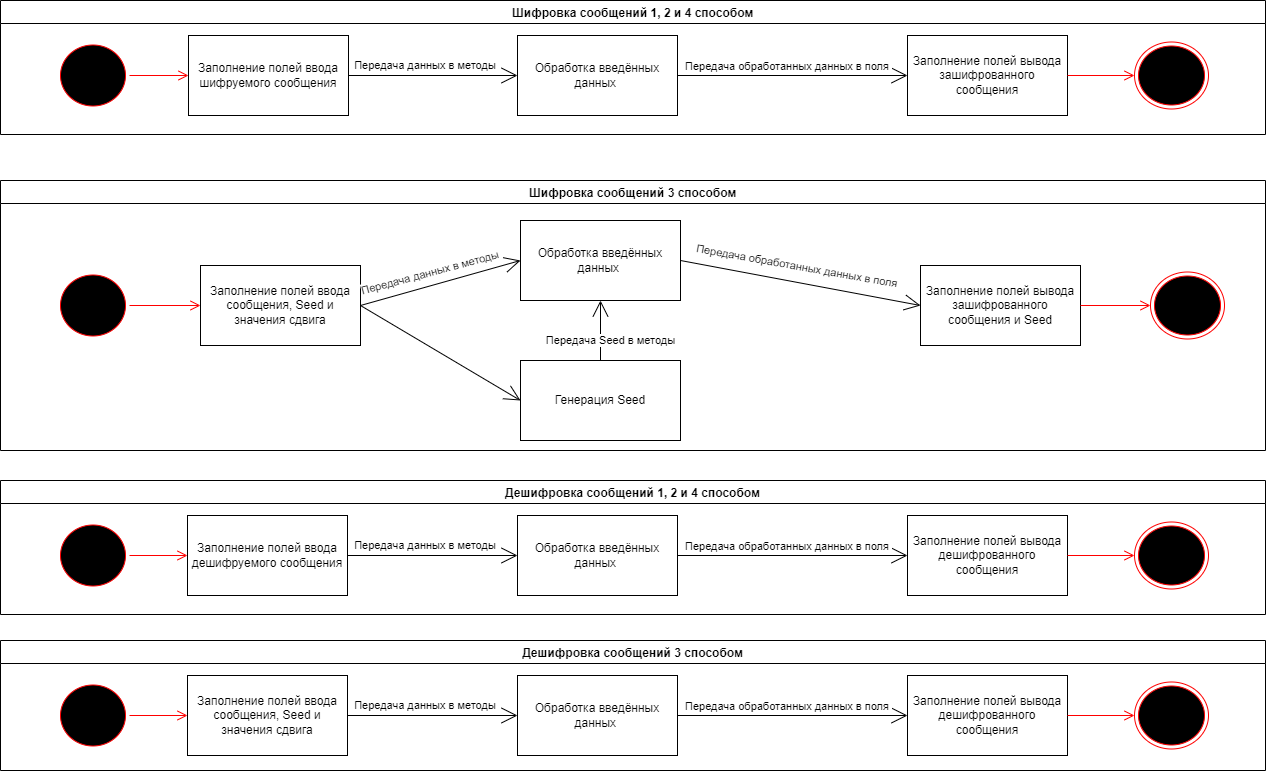
BlackF1re/Encryptor-with-GUI keeps this draw.io diagram as Docs/UML/Statechart.png. Above is the earlier version. Source tidied: cells renumbered, new cells last; positions are measured from the earlier drawing's top-left corner, leaving out a move shared by most shapes.
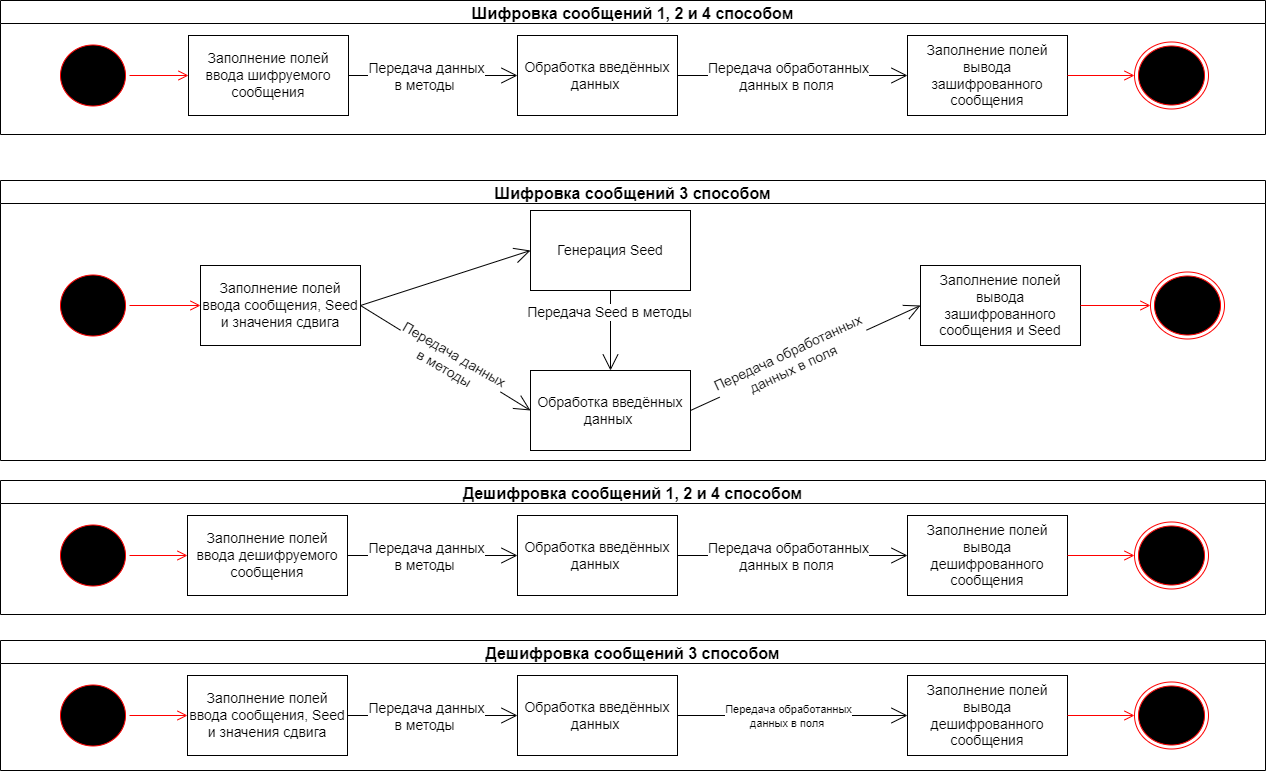
After the commit.

Diff of the diagram source:
```diff
@@ -4,3 +4,3 @@
     <mxCell id="1" parent="0" />
-    <mxCell id="2" value="Шифровка сообщений 1, 2 и 4 способом" style="swimlane;" parent="1" vertex="1">
+    <mxCell id="2" value="Шифровка сообщений 1, 2 и 4 способом" style="swimlane;fontSize=16;" parent="1" vertex="1">
       <mxGeometry width="1265" height="134" as="geometry" />
@@ -13,3 +13,3 @@
     </mxCell>
-    <mxCell id="5" value="Заполнение полей ввода шифруемого сообщения" style="rounded=0;whiteSpace=wrap;html=1;hachureGap=4;rotation=0;" parent="2" vertex="1">
+    <mxCell id="5" value="&lt;font style=&quot;vertical-align: inherit; font-size: 14px;&quot;&gt;Заполнение полей ввода шифруемого сообщения&lt;/font&gt;" style="rounded=0;whiteSpace=wrap;html=1;hachureGap=4;rotation=0;" parent="2" vertex="1">
       <mxGeometry x="188" y="35" width="160" height="80" as="geometry" />
@@ -19,3 +19,3 @@
     </mxCell>
-    <mxCell id="7" value="Заполнение полей вывода зашифрованного сообщения" style="rounded=0;whiteSpace=wrap;html=1;hachureGap=4;rotation=0;" parent="2" vertex="1">
+    <mxCell id="7" value="&lt;font style=&quot;vertical-align: inherit; font-size: 14px;&quot;&gt;Заполнение полей вывода зашифрованного сообщения&lt;/font&gt;" style="rounded=0;whiteSpace=wrap;html=1;hachureGap=4;rotation=0;" parent="2" vertex="1">
       <mxGeometry x="907" y="35" width="160" height="80" as="geometry" />
@@ -25,3 +25,3 @@
     </mxCell>
-    <mxCell id="9" value="Обработка введённых данных&amp;nbsp;" style="rounded=0;whiteSpace=wrap;html=1;hachureGap=4;rotation=0;" parent="2" vertex="1">
+    <mxCell id="9" value="&lt;font style=&quot;vertical-align: inherit; font-size: 14px;&quot;&gt;Обработка введённых данных&amp;nbsp;&lt;/font&gt;" style="rounded=0;whiteSpace=wrap;html=1;hachureGap=4;rotation=0;" parent="2" vertex="1">
       <mxGeometry x="517" y="35" width="160" height="80" as="geometry" />
@@ -31,5 +31,5 @@
     </mxCell>
-    <mxCell id="11" value="Передача данных в методы&amp;nbsp;" style="edgeLabel;html=1;align=center;verticalAlign=middle;" parent="10" vertex="1">
+    <mxCell id="11" value="&lt;font style=&quot;vertical-align: inherit; font-size: 14px;&quot;&gt;&lt;font style=&quot;vertical-align: inherit; font-size: 14px;&quot;&gt;Передача данных&lt;br&gt;в методы&amp;nbsp;&lt;/font&gt;&lt;/font&gt;" style="edgeLabel;html=1;align=center;verticalAlign=middle;" parent="10" vertex="1">
       <mxGeometry x="0.53" y="8" relative="1" as="geometry">
-        <mxPoint x="-52" y="-3" as="offset" />
+        <mxPoint x="-52" y="8" as="offset" />
       </mxGeometry>
@@ -39,9 +39,9 @@
     </mxCell>
-    <mxCell id="13" value="Передача обработанных данных в поля&amp;nbsp;" style="edgeLabel;html=1;align=center;verticalAlign=middle;" parent="12" vertex="1">
+    <mxCell id="13" value="&lt;font style=&quot;vertical-align: inherit; font-size: 14px;&quot;&gt;Передача обработанных&lt;br&gt;данных в поля&amp;nbsp;&lt;/font&gt;" style="edgeLabel;html=1;align=center;verticalAlign=middle;" parent="12" vertex="1">
       <mxGeometry x="0.38" y="5" relative="1" as="geometry">
-        <mxPoint x="-48" y="-5" as="offset" />
+        <mxPoint x="-48" y="5" as="offset" />
       </mxGeometry>
     </mxCell>
-    <mxCell id="14" value="Шифровка сообщений 3 способом" style="swimlane;" parent="1" vertex="1">
-      <mxGeometry y="180" width="1265" height="270" as="geometry" />
+    <mxCell id="14" value="Шифровка сообщений 3 способом" style="swimlane;fontSize=16;" parent="1" vertex="1">
+      <mxGeometry y="180" width="1265" height="280" as="geometry" />
     </mxCell>
@@ -53,3 +53,3 @@
     </mxCell>
-    <mxCell id="17" value="Заполнение полей ввода сообщения, Seed и значения сдвига" style="rounded=0;whiteSpace=wrap;html=1;hachureGap=4;rotation=0;" parent="14" vertex="1">
+    <mxCell id="17" value="&lt;font style=&quot;vertical-align: inherit; font-size: 14px;&quot;&gt;Заполнение полей ввода сообщения, Seed и значения сдвига&lt;/font&gt;" style="rounded=0;whiteSpace=wrap;html=1;hachureGap=4;rotation=0;" parent="14" vertex="1">
       <mxGeometry x="200" y="85" width="160" height="80" as="geometry" />
@@ -59,6 +59,6 @@
     </mxCell>
-    <mxCell id="19" value="Обработка введённых данных&amp;nbsp;" style="rounded=0;whiteSpace=wrap;html=1;hachureGap=4;rotation=0;" parent="14" vertex="1">
-      <mxGeometry x="520" y="40" width="160" height="80" as="geometry" />
+    <mxCell id="19" value="&lt;font style=&quot;vertical-align: inherit; font-size: 14px;&quot;&gt;Обработка введённых данных&amp;nbsp;&lt;/font&gt;" style="rounded=0;whiteSpace=wrap;html=1;hachureGap=4;rotation=0;" parent="14" vertex="1">
+      <mxGeometry x="530" y="190" width="160" height="80" as="geometry" />
     </mxCell>
-    <mxCell id="20" value="Заполнение полей вывода зашифрованного сообщения и Seed" style="rounded=0;whiteSpace=wrap;html=1;hachureGap=4;rotation=0;" parent="14" vertex="1">
+    <mxCell id="20" value="&lt;font style=&quot;font-size: 14px;&quot;&gt;Заполнение полей вывода зашифрованного сообщения и Seed&lt;/font&gt;" style="rounded=0;whiteSpace=wrap;html=1;hachureGap=4;rotation=0;" parent="14" vertex="1">
       <mxGeometry x="920" y="85" width="160" height="80" as="geometry" />
@@ -71,5 +71,5 @@
     </mxCell>
-    <mxCell id="23" value="Передача данных в методы&amp;nbsp;" style="edgeLabel;html=1;align=center;verticalAlign=middle;rotation=-15;" parent="22" vertex="1">
+    <mxCell id="23" value="&lt;font style=&quot;vertical-align: inherit; font-size: 14px;&quot;&gt;Передача данных&lt;br&gt;в методы&amp;nbsp;&lt;/font&gt;" style="edgeLabel;html=1;align=center;verticalAlign=middle;rotation=30;" parent="22" vertex="1">
       <mxGeometry x="0.53" y="8" relative="1" as="geometry">
-        <mxPoint x="-50" y="9" as="offset" />
+        <mxPoint x="-44" y="-18" as="offset" />
       </mxGeometry>
@@ -79,9 +79,9 @@
     </mxCell>
-    <mxCell id="25" value="Передача обработанных данных в поля&amp;nbsp;" style="edgeLabel;html=1;align=center;verticalAlign=middle;rotation=10;" parent="24" vertex="1">
+    <mxCell id="25" value="&lt;font style=&quot;vertical-align: inherit; font-size: 14px;&quot;&gt;&lt;font style=&quot;vertical-align: inherit; font-size: 14px;&quot;&gt;Передача обработанных&lt;br&gt;данных в поля&amp;nbsp;&lt;/font&gt;&lt;/font&gt;" style="edgeLabel;html=1;align=center;verticalAlign=middle;rotation=-25;" parent="24" vertex="1">
       <mxGeometry x="0.38" y="5" relative="1" as="geometry">
-        <mxPoint x="-48" y="-21" as="offset" />
+        <mxPoint x="-56" y="27" as="offset" />
       </mxGeometry>
     </mxCell>
-    <mxCell id="26" value="Генерация Seed" style="rounded=0;whiteSpace=wrap;html=1;hachureGap=4;rotation=0;" parent="14" vertex="1">
-      <mxGeometry x="520" y="180" width="160" height="80" as="geometry" />
+    <mxCell id="26" value="&lt;font style=&quot;vertical-align: inherit; font-size: 14px;&quot;&gt;Генерация Seed&lt;/font&gt;" style="rounded=0;whiteSpace=wrap;html=1;hachureGap=4;rotation=0;" parent="14" vertex="1">
+      <mxGeometry x="530" y="30" width="160" height="80" as="geometry" />
     </mxCell>
@@ -90,11 +90,9 @@
     </mxCell>
-    <mxCell id="28" style="edgeStyle=none;curved=1;rounded=0;jettySize=auto;html=1;endArrow=open;startSize=14;endSize=14;sourcePerimeterSpacing=8;targetPerimeterSpacing=8;entryX=0.5;entryY=1;entryDx=0;entryDy=0;exitX=0.5;exitY=0;exitDx=0;exitDy=0;" parent="14" edge="1" source="26" target="19">
+    <mxCell id="28" style="edgeStyle=none;curved=1;rounded=0;jettySize=auto;html=1;endArrow=open;startSize=14;endSize=14;sourcePerimeterSpacing=8;targetPerimeterSpacing=8;entryX=0.5;entryY=0;entryDx=0;entryDy=0;exitX=0.5;exitY=1;exitDx=0;exitDy=0;" parent="14" edge="1" source="26" target="19">
       <mxGeometry relative="1" as="geometry" />
     </mxCell>
-    <mxCell id="29" value="Передача Seed в методы" style="edgeLabel;html=1;align=center;verticalAlign=middle;rotation=0;" parent="28" vertex="1">
-      <mxGeometry x="0.53" y="8" relative="1" as="geometry">
-        <mxPoint x="18" y="25" as="offset" />
-      </mxGeometry>
+    <mxCell id="29" value="&lt;span style=&quot;&quot;&gt;&lt;font style=&quot;font-size: 14px;&quot;&gt;Передача Seed в методы&lt;/font&gt;&lt;/span&gt;" style="edgeLabel;html=1;align=center;verticalAlign=middle;" parent="28" vertex="1">
+      <mxGeometry x="-0.49" y="-1" relative="1" as="geometry" />
     </mxCell>
-    <mxCell id="30" value="Дешифровка сообщений 1, 2 и 4 способом" style="swimlane;" parent="1" vertex="1">
+    <mxCell id="30" value="Дешифровка сообщений 1, 2 и 4 способом" style="swimlane;fontSize=16;" parent="1" vertex="1">
       <mxGeometry y="480" width="1265" height="134" as="geometry" />
@@ -107,3 +105,3 @@
     </mxCell>
-    <mxCell id="33" value="Заполнение полей ввода дешифруемого сообщения" style="rounded=0;whiteSpace=wrap;html=1;hachureGap=4;rotation=0;" parent="30" vertex="1">
+    <mxCell id="33" value="&lt;font style=&quot;font-size: 14px;&quot;&gt;Заполнение полей ввода дешифруемого сообщения&lt;/font&gt;" style="rounded=0;whiteSpace=wrap;html=1;hachureGap=4;rotation=0;" parent="30" vertex="1">
       <mxGeometry x="187" y="35" width="160" height="80" as="geometry" />
@@ -113,6 +111,6 @@
     </mxCell>
-    <mxCell id="35" value="Обработка введённых данных&amp;nbsp;" style="rounded=0;whiteSpace=wrap;html=1;hachureGap=4;rotation=0;" parent="30" vertex="1">
+    <mxCell id="35" value="&lt;font style=&quot;vertical-align: inherit; font-size: 14px;&quot;&gt;Обработка введённых данных&amp;nbsp;&lt;/font&gt;" style="rounded=0;whiteSpace=wrap;html=1;hachureGap=4;rotation=0;" parent="30" vertex="1">
       <mxGeometry x="517" y="35" width="160" height="80" as="geometry" />
     </mxCell>
-    <mxCell id="36" value="Заполнение полей вывода дешифрованного сообщения" style="rounded=0;whiteSpace=wrap;html=1;hachureGap=4;rotation=0;" parent="30" vertex="1">
+    <mxCell id="36" value="&lt;font style=&quot;font-size: 14px;&quot;&gt;Заполнение полей вывода дешифрованного сообщения&lt;/font&gt;" style="rounded=0;whiteSpace=wrap;html=1;hachureGap=4;rotation=0;" parent="30" vertex="1">
       <mxGeometry x="907" y="35" width="160" height="80" as="geometry" />
@@ -125,5 +123,5 @@
     </mxCell>
-    <mxCell id="39" value="Передача данных в методы&amp;nbsp;" style="edgeLabel;html=1;align=center;verticalAlign=middle;" parent="38" vertex="1">
+    <mxCell id="39" value="&lt;font style=&quot;vertical-align: inherit; font-size: 14px;&quot;&gt;Передача данных&lt;br&gt;в методы&amp;nbsp;&lt;/font&gt;" style="edgeLabel;html=1;align=center;verticalAlign=middle;" parent="38" vertex="1">
       <mxGeometry x="0.53" y="8" relative="1" as="geometry">
-        <mxPoint x="-52" y="-3" as="offset" />
+        <mxPoint x="-52" y="8" as="offset" />
       </mxGeometry>
@@ -133,8 +131,8 @@
     </mxCell>
-    <mxCell id="41" value="Передача обработанных данных в поля&amp;nbsp;" style="edgeLabel;html=1;align=center;verticalAlign=middle;" parent="40" vertex="1">
+    <mxCell id="41" value="&lt;font style=&quot;vertical-align: inherit; font-size: 14px;&quot;&gt;&lt;font style=&quot;vertical-align: inherit; font-size: 14px;&quot;&gt;Передача обработанных&lt;br&gt;данных в поля&amp;nbsp;&lt;/font&gt;&lt;/font&gt;" style="edgeLabel;html=1;align=center;verticalAlign=middle;" parent="40" vertex="1">
       <mxGeometry x="0.38" y="5" relative="1" as="geometry">
-        <mxPoint x="-48" y="-5" as="offset" />
+        <mxPoint x="-48" y="5" as="offset" />
       </mxGeometry>
     </mxCell>
-    <mxCell id="42" value="Дешифровка сообщений 3 способом" style="swimlane;" parent="1" vertex="1">
+    <mxCell id="42" value="Дешифровка сообщений 3 способом" style="swimlane;fontSize=16;" parent="1" vertex="1">
       <mxGeometry y="640" width="1265" height="130" as="geometry" />
@@ -147,3 +145,3 @@
     </mxCell>
-    <mxCell id="45" value="Заполнение полей ввода сообщения, Seed и значения сдвига" style="rounded=0;whiteSpace=wrap;html=1;hachureGap=4;rotation=0;" parent="42" vertex="1">
+    <mxCell id="45" value="&lt;font style=&quot;vertical-align: inherit; font-size: 14px;&quot;&gt;Заполнение полей ввода сообщения, Seed и значения сдвига&lt;/font&gt;" style="rounded=0;whiteSpace=wrap;html=1;hachureGap=4;rotation=0;" parent="42" vertex="1">
       <mxGeometry x="187" y="35" width="160" height="80" as="geometry" />
@@ -153,6 +151,6 @@
     </mxCell>
-    <mxCell id="47" value="Обработка введённых данных&amp;nbsp;" style="rounded=0;whiteSpace=wrap;html=1;hachureGap=4;rotation=0;" parent="42" vertex="1">
+    <mxCell id="47" value="&lt;font style=&quot;vertical-align: inherit; font-size: 14px;&quot;&gt;Обработка введённых данных&amp;nbsp;&lt;/font&gt;" style="rounded=0;whiteSpace=wrap;html=1;hachureGap=4;rotation=0;" parent="42" vertex="1">
       <mxGeometry x="517" y="35" width="160" height="80" as="geometry" />
     </mxCell>
-    <mxCell id="48" value="Заполнение полей вывода дешифрованного сообщения" style="rounded=0;whiteSpace=wrap;html=1;hachureGap=4;rotation=0;" parent="42" vertex="1">
+    <mxCell id="48" value="&lt;font style=&quot;font-size: 14px;&quot;&gt;Заполнение полей вывода дешифрованного сообщения&lt;/font&gt;" style="rounded=0;whiteSpace=wrap;html=1;hachureGap=4;rotation=0;" parent="42" vertex="1">
       <mxGeometry x="907" y="35" width="160" height="80" as="geometry" />
@@ -165,5 +163,5 @@
     </mxCell>
-    <mxCell id="51" value="Передача данных в методы&amp;nbsp;" style="edgeLabel;html=1;align=center;verticalAlign=middle;" parent="50" vertex="1">
+    <mxCell id="51" value="&lt;font style=&quot;vertical-align: inherit; font-size: 14px;&quot;&gt;Передача данных&lt;br&gt;в методы&amp;nbsp;&lt;/font&gt;" style="edgeLabel;html=1;align=center;verticalAlign=middle;" parent="50" vertex="1">
       <mxGeometry x="0.53" y="8" relative="1" as="geometry">
-        <mxPoint x="-52" y="-3" as="offset" />
+        <mxPoint x="-52" y="8" as="offset" />
       </mxGeometry>
@@ -173,5 +171,5 @@
     </mxCell>
-    <mxCell id="53" value="Передача обработанных данных в поля&amp;nbsp;" style="edgeLabel;html=1;align=center;verticalAlign=middle;" parent="52" vertex="1">
+    <mxCell id="53" value="Передача обработанных&lt;br&gt;данных в поля&amp;nbsp;" style="edgeLabel;html=1;align=center;verticalAlign=middle;" parent="52" vertex="1">
       <mxGeometry x="0.38" y="5" relative="1" as="geometry">
-        <mxPoint x="-48" y="-5" as="offset" />
+        <mxPoint x="-48" y="5" as="offset" />
       </mxGeometry>
```
